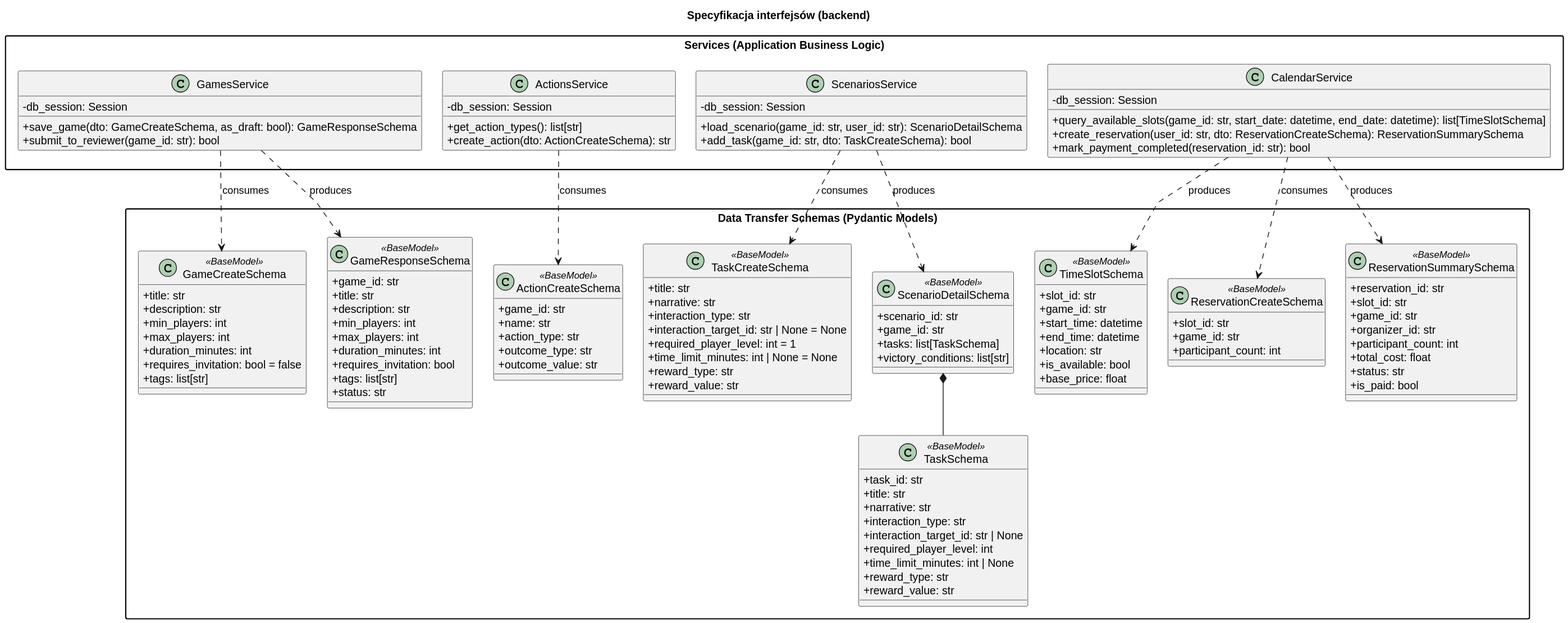
The PlantUML diagram diagrams/backend/rendered/interfaces.svg in Igor-Ochocki/POP-2026Z, before a commit.
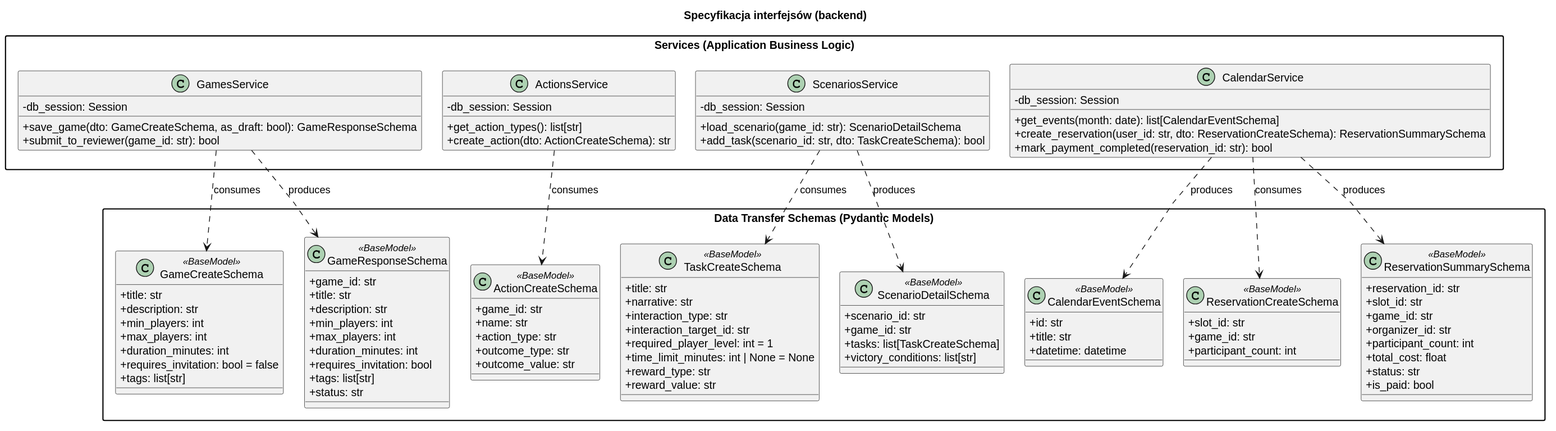
Later version of the same file.

Commit message:
Backend PU1: GET /calendar/events?month zgodny z ICalendarApi frontendu

Diff of the diagram source:
```diff
@@ -44,21 +44,9 @@
         + title: str
         + narrative: str
         + interaction_type: str
-        + interaction_target_id: str | None = None
+        + interaction_target_id: str
         + required_player_level: int = 1
         + time_limit_minutes: int | None = None
-        + reward_type: str
-        + reward_value: str
-    }
-
-    class TaskSchema <<BaseModel>> {
-        + task_id: str
-        + title: str
-        + narrative: str
-        + interaction_type: str
-        + interaction_target_id: str | None
-        + required_player_level: int
-        + time_limit_minutes: int | None
         + reward_type: str
         + reward_value: str
     }
@@ -66,18 +54,14 @@
     class ScenarioDetailSchema <<BaseModel>> {
         + scenario_id: str
         + game_id: str
-        + tasks: list[TaskSchema]
+        + tasks: list[TaskCreateSchema]
         + victory_conditions: list[str]
     }
 
-    class TimeSlotSchema <<BaseModel>> {
-        + slot_id: str
-        + game_id: str
-        + start_time: datetime
-        + end_time: datetime
-        + location: str
-        + is_available: bool
-        + base_price: float
+    class CalendarEventSchema <<BaseModel>> {
+        + id: str
+        + title: str
+        + datetime: datetime
     }
 
     class ReservationCreateSchema <<BaseModel>> {
@@ -113,13 +97,13 @@
 
     class ScenariosService {
         - db_session: Session
-        + load_scenario(game_id: str, user_id: str): ScenarioDetailSchema
-        + add_task(game_id: str, dto: TaskCreateSchema): bool
+        + load_scenario(game_id: str): ScenarioDetailSchema
+        + add_task(scenario_id: str, dto: TaskCreateSchema): bool
     }
 
     class CalendarService {
         - db_session: Session
-        + query_available_slots(game_id: str, start_date: datetime, end_date: datetime): list[TimeSlotSchema]
+        + get_events(month: date): list[CalendarEventSchema]
         + create_reservation(user_id: str, dto: ReservationCreateSchema): ReservationSummarySchema
         + mark_payment_completed(reservation_id: str): bool
     }
@@ -129,9 +113,8 @@
 GamesService ..> GameResponseSchema : produces
 ActionsService ..> ActionCreateSchema : consumes
 ScenariosService ..> ScenarioDetailSchema : produces
-ScenarioDetailSchema *-- TaskSchema
 ScenariosService ..> TaskCreateSchema : consumes
-CalendarService ..> TimeSlotSchema : produces
+CalendarService ..> CalendarEventSchema : produces
 CalendarService ..> ReservationCreateSchema : consumes
 CalendarService ..> ReservationSummarySchema : produces
 @enduml
```
